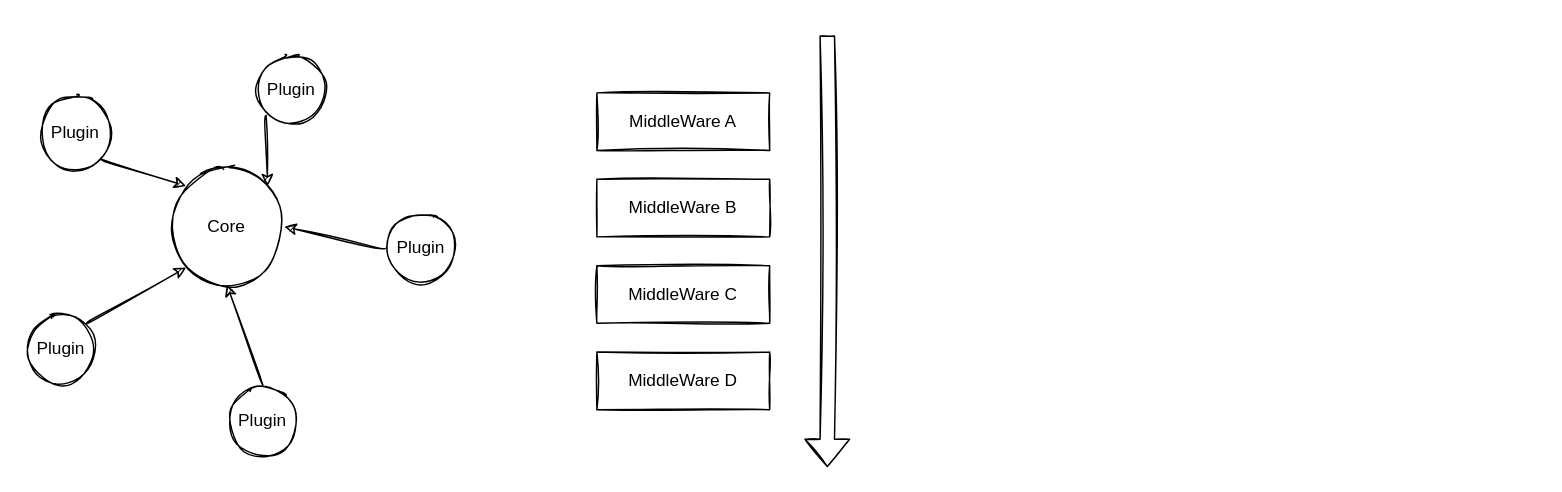
Earlier version of the draw.io diagram express Diagram.drawio (chankamlam/demo). Source tidied: cells renumbered, new cells numbered last; positions are measured from the earlier drawing's top-left corner, leaving out a move shared by most shapes. Both pictures are drawn from the tidied source at 144%, with x=0, y=0 at pixel (24, 35).
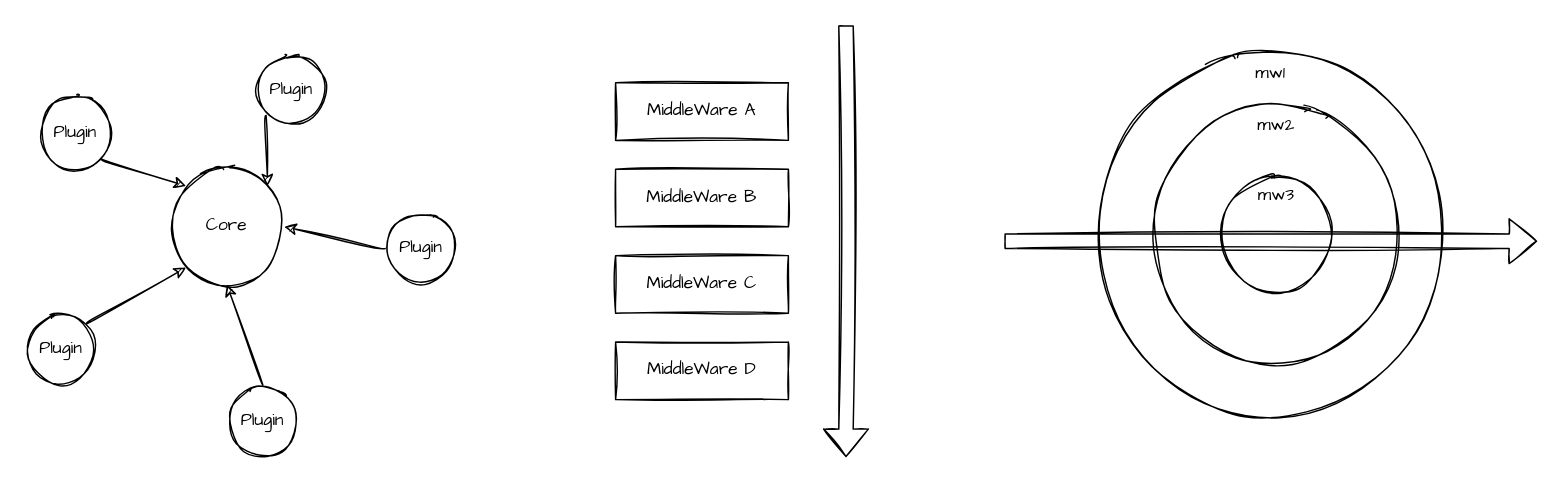
Above is the later version.

Diff of the diagram source:
```diff
@@
-    <mxCell id="2" value="Core" style="ellipse;whiteSpace=wrap;html=1;sketch=1;rounded=0;" parent="1" vertex="1">
+    <mxCell id="2" value="Core" style="ellipse;whiteSpace=wrap;html=1;sketch=1;rounded=0;fontFamily=Comic Sans MS;" parent="1" vertex="1">
       <mxGeometry x="100" y="93" width="80" height="80" as="geometry" />
     </mxCell>
-    <mxCell id="3" value="Plugin" style="ellipse;whiteSpace=wrap;html=1;sketch=1;rounded=0;" parent="1" vertex="1">
+    <mxCell id="3" value="Plugin" style="ellipse;whiteSpace=wrap;html=1;sketch=1;rounded=0;fontFamily=Comic Sans MS;" parent="1" vertex="1">
       <mxGeometry x="10" y="43" width="50" height="50" as="geometry" />
     </mxCell>
-    <mxCell id="4" value="Plugin" style="ellipse;whiteSpace=wrap;html=1;sketch=1;rounded=0;" parent="1" vertex="1">
+    <mxCell id="4" value="Plugin" style="ellipse;whiteSpace=wrap;html=1;sketch=1;rounded=0;fontFamily=Comic Sans MS;" parent="1" vertex="1">
       <mxGeometry x="160" y="13" width="50" height="50" as="geometry" />
     </mxCell>
-    <mxCell id="5" value="Plugin" style="ellipse;whiteSpace=wrap;html=1;sketch=1;rounded=0;" parent="1" vertex="1">
+    <mxCell id="5" value="Plugin" style="ellipse;whiteSpace=wrap;html=1;sketch=1;rounded=0;fontFamily=Comic Sans MS;" parent="1" vertex="1">
       <mxGeometry y="193" width="50" height="50" as="geometry" />
     </mxCell>
-    <mxCell id="6" value="Plugin" style="ellipse;whiteSpace=wrap;html=1;sketch=1;rounded=0;" parent="1" vertex="1">
+    <mxCell id="6" value="Plugin" style="ellipse;whiteSpace=wrap;html=1;sketch=1;rounded=0;fontFamily=Comic Sans MS;" parent="1" vertex="1">
       <mxGeometry x="140" y="243" width="50" height="50" as="geometry" />
     </mxCell>
-    <mxCell id="7" value="Plugin" style="ellipse;whiteSpace=wrap;html=1;sketch=1;rounded=0;" parent="1" vertex="1">
+    <mxCell id="7" value="Plugin" style="ellipse;whiteSpace=wrap;html=1;sketch=1;rounded=0;fontFamily=Comic Sans MS;" parent="1" vertex="1">
       <mxGeometry x="250" y="123" width="50" height="50" as="geometry" />
     </mxCell>
-    <mxCell id="8" style="endArrow=classic;html=1;rounded=0;exitX=0;exitY=1;exitDx=0;exitDy=0;entryX=1;entryY=0;entryDx=0;entryDy=0;sketch=1;curved=1;" parent="1" edge="1" source="4" target="2">
+    <mxCell id="8" style="endArrow=classic;html=1;rounded=0;exitX=0;exitY=1;exitDx=0;exitDy=0;entryX=1;entryY=0;entryDx=0;entryDy=0;sketch=1;curved=1;fontFamily=Comic Sans MS;" parent="1" edge="1" source="4" target="2">
       <mxGeometry relative="1" as="geometry" />
     </mxCell>
-    <mxCell id="9" style="endArrow=classic;html=1;rounded=0;exitX=1;exitY=1;exitDx=0;exitDy=0;entryX=0;entryY=0;entryDx=0;entryDy=0;sketch=1;curved=1;" parent="1" edge="1" source="3" target="2">
+    <mxCell id="9" style="endArrow=classic;html=1;rounded=0;exitX=1;exitY=1;exitDx=0;exitDy=0;entryX=0;entryY=0;entryDx=0;entryDy=0;sketch=1;curved=1;fontFamily=Comic Sans MS;" parent="1" edge="1" source="3" target="2">
       <mxGeometry relative="1" as="geometry" />
     </mxCell>
-    <mxCell id="10" style="endArrow=classic;html=1;rounded=0;exitX=0;exitY=0.5;exitDx=0;exitDy=0;entryX=1;entryY=0.5;entryDx=0;entryDy=0;sketch=1;curved=1;" parent="1" edge="1" source="7" target="2">
+    <mxCell id="10" style="endArrow=classic;html=1;rounded=0;exitX=0;exitY=0.5;exitDx=0;exitDy=0;entryX=1;entryY=0.5;entryDx=0;entryDy=0;sketch=1;curved=1;fontFamily=Comic Sans MS;" parent="1" edge="1" source="7" target="2">
       <mxGeometry relative="1" as="geometry" />
     </mxCell>
-    <mxCell id="11" style="endArrow=classic;html=1;rounded=0;exitX=1;exitY=0;exitDx=0;exitDy=0;entryX=0;entryY=1;entryDx=0;entryDy=0;sketch=1;curved=1;" parent="1" edge="1" source="5" target="2">
+    <mxCell id="11" style="endArrow=classic;html=1;rounded=0;exitX=1;exitY=0;exitDx=0;exitDy=0;entryX=0;entryY=1;entryDx=0;entryDy=0;sketch=1;curved=1;fontFamily=Comic Sans MS;" parent="1" edge="1" source="5" target="2">
       <mxGeometry relative="1" as="geometry" />
     </mxCell>
-    <mxCell id="12" style="endArrow=classic;html=1;rounded=0;exitX=0.5;exitY=0;exitDx=0;exitDy=0;entryX=0.5;entryY=1;entryDx=0;entryDy=0;sketch=1;curved=1;" parent="1" edge="1" source="6" target="2">
+    <mxCell id="12" style="endArrow=classic;html=1;rounded=0;exitX=0.5;exitY=0;exitDx=0;exitDy=0;entryX=0.5;entryY=1;entryDx=0;entryDy=0;sketch=1;curved=1;fontFamily=Comic Sans MS;" parent="1" edge="1" source="6" target="2">
       <mxGeometry relative="1" as="geometry" />
     </mxCell>
-    <mxCell id="13" value="MiddleWare A" style="rounded=0;whiteSpace=wrap;html=1;sketch=1;" parent="1" vertex="1">
-      <mxGeometry x="397" y="40" width="120" height="40" as="geometry" />
+    <mxCell id="13" value="MiddleWare A" style="rounded=0;whiteSpace=wrap;html=1;sketch=1;fontFamily=Comic Sans MS;" parent="1" vertex="1">
+      <mxGeometry x="410" y="33" width="120" height="40" as="geometry" />
     </mxCell>
-    <mxCell id="14" value="MiddleWare B" style="rounded=0;whiteSpace=wrap;html=1;sketch=1;" parent="1" vertex="1">
-      <mxGeometry x="397" y="100" width="120" height="40" as="geometry" />
+    <mxCell id="14" value="MiddleWare B" style="rounded=0;whiteSpace=wrap;html=1;sketch=1;fontFamily=Comic Sans MS;" parent="1" vertex="1">
+      <mxGeometry x="410" y="93" width="120" height="40" as="geometry" />
     </mxCell>
-    <mxCell id="15" value="MiddleWare C" style="rounded=0;whiteSpace=wrap;html=1;sketch=1;" parent="1" vertex="1">
-      <mxGeometry x="397" y="160" width="120" height="40" as="geometry" />
+    <mxCell id="15" value="MiddleWare C" style="rounded=0;whiteSpace=wrap;html=1;sketch=1;fontFamily=Comic Sans MS;" parent="1" vertex="1">
+      <mxGeometry x="410" y="153" width="120" height="40" as="geometry" />
     </mxCell>
-    <mxCell id="16" value="MiddleWare D" style="rounded=0;whiteSpace=wrap;html=1;sketch=1;" parent="1" vertex="1">
-      <mxGeometry x="397" y="220" width="120" height="40" as="geometry" />
+    <mxCell id="16" value="MiddleWare D" style="rounded=0;whiteSpace=wrap;html=1;sketch=1;fontFamily=Comic Sans MS;" parent="1" vertex="1">
+      <mxGeometry x="410" y="213" width="120" height="40" as="geometry" />
     </mxCell>
-    <mxCell id="17" style="shape=flexArrow;endArrow=classic;html=1;sketch=1;curved=1;" parent="1" edge="1">
+    <mxCell id="17" style="shape=flexArrow;endArrow=classic;html=1;sketch=1;curved=1;rounded=0;fontFamily=Comic Sans MS;" parent="1" edge="1">
       <mxGeometry relative="1" as="geometry">
-        <mxPoint x="557" as="sourcePoint" />
-        <mxPoint x="557" y="300" as="targetPoint" />
+        <mxPoint x="570" y="-7" as="sourcePoint" />
+        <mxPoint x="570" y="293" as="targetPoint" />
       </mxGeometry>
     </mxCell>
+    <mxCell id="18" value="mw1" style="ellipse;whiteSpace=wrap;html=1;verticalAlign=top;sketch=1;rounded=0;fontFamily=Comic Sans MS;" parent="1" vertex="1">
+      <mxGeometry x="740" y="13" width="250" height="250" as="geometry" />
+    </mxCell>
+    <mxCell id="19" value="mw2" style="ellipse;whiteSpace=wrap;html=1;verticalAlign=top;sketch=1;rounded=0;fontFamily=Comic Sans MS;" parent="1" vertex="1">
+      <mxGeometry x="780" y="49.2" width="177.5" height="177.5" as="geometry" />
+    </mxCell>
+    <mxCell id="20" value="mw3" style="ellipse;whiteSpace=wrap;html=1;verticalAlign=top;sketch=1;rounded=0;fontFamily=Comic Sans MS;" parent="1" vertex="1">
+      <mxGeometry x="829" y="98" width="80" height="80" as="geometry" />
+    </mxCell>
+    <mxCell id="21" style="shape=flexArrow;endArrow=classic;html=1;rounded=0;sketch=1;curved=1;fontFamily=Comic Sans MS;" parent="1" edge="1">
+      <mxGeometry relative="1" as="geometry">
+        <mxPoint x="680" y="143" as="sourcePoint" />
+        <mxPoint x="1050" y="143" as="targetPoint" />
+      </mxGeometry>
+    </mxCell>
```
